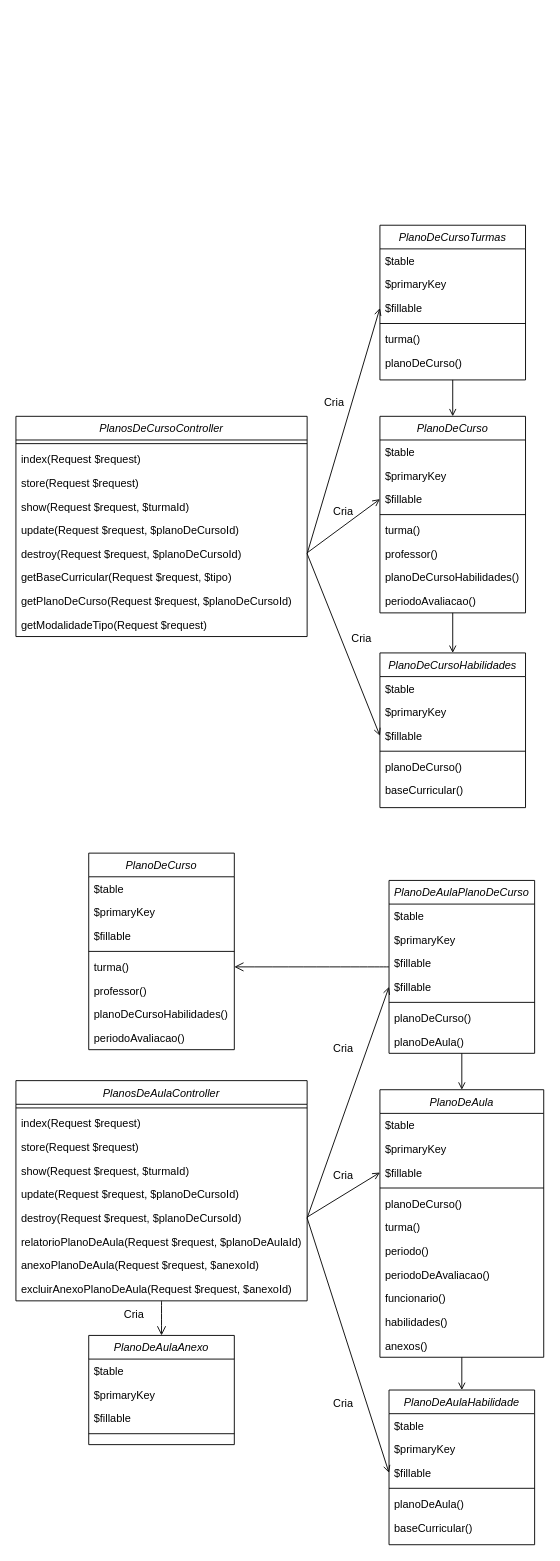
DjalmaANeto/modelagem-planos-de-curso-aula keeps this draw.io diagram as diagrama de classes.drawio. Above is the earlier version. Source tidied: cells renumbered, new cells numbered last; positions are measured from the earlier drawing's top-left corner, leaving out a move shared by most shapes. Both pictures are drawn from the tidied source at 91%, with x=0, y=0 at pixel (15, 225).
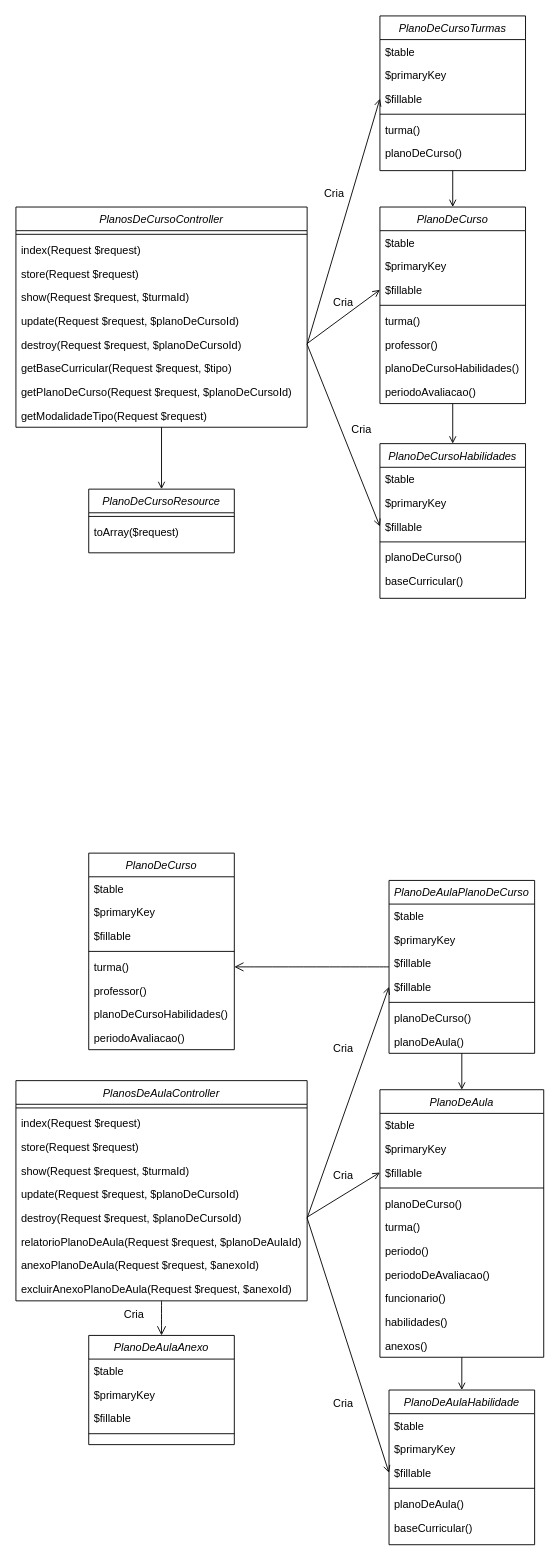
Above is the later version.

The change refers to these unchanged cells:
```xml
<mxCell id="16" value="$fillable" style="text;align=left;verticalAlign=top;spacingLeft=4;spacingRight=4;overflow=hidden;points=[[0,0.5],[1,0.5]];portConstraint=eastwest;rounded=0;shadow=0;html=0;" parent="13" vertex="1">
  <mxGeometry y="78" width="160" height="26" as="geometry" />
</mxCell>
<mxCell id="33" value="$fillable" style="text;align=left;verticalAlign=top;spacingLeft=4;spacingRight=4;overflow=hidden;points=[[0,0.5],[1,0.5]];portConstraint=eastwest;rounded=0;shadow=0;html=0;" parent="30" vertex="1">
  <mxGeometry y="78" width="160" height="26" as="geometry" />
</mxCell>
```

Diff of the diagram source:
```diff
@@
+    <mxCell id="105" style="edgeStyle=orthogonalEdgeStyle;rounded=0;jettySize=auto;html=1;entryX=0.5;entryY=0;entryDx=0;entryDy=0;endArrow=open;endFill=0;" parent="1" edge="1" source="2" target="106">
+      <mxGeometry relative="1" as="geometry" />
+    </mxCell>
     <mxCell id="2" value="PlanosDeCursoController" style="swimlane;fontStyle=2;align=center;verticalAlign=top;horizontal=1;startSize=26;rounded=0;shadow=0;strokeWidth=1;" parent="1" vertex="1">
-      <mxGeometry y="210" width="320" height="242" as="geometry" />
+      <mxGeometry y="-20" width="320" height="242" as="geometry" />
     </mxCell>
@@
     <mxCell id="13" value="PlanoDeCurso" style="swimlane;fontStyle=2;align=center;verticalAlign=top;horizontal=1;startSize=26;rounded=0;shadow=0;strokeWidth=1;" parent="1" vertex="1">
-      <mxGeometry x="400" y="210" width="160" height="216" as="geometry" />
+      <mxGeometry x="400" y="-20" width="160" height="216" as="geometry" />
     </mxCell>
@@
     <mxCell id="23" value="PlanoDeCursoTurmas" style="swimlane;fontStyle=2;align=center;verticalAlign=top;horizontal=1;startSize=26;rounded=0;shadow=0;strokeWidth=1;" parent="1" vertex="1">
-      <mxGeometry x="400" width="160" height="170" as="geometry" />
+      <mxGeometry x="400" y="-230" width="160" height="170" as="geometry" />
     </mxCell>
@@
     <mxCell id="30" value="PlanoDeCursoHabilidades" style="swimlane;fontStyle=2;align=center;verticalAlign=top;horizontal=1;startSize=26;rounded=0;shadow=0;strokeWidth=1;" parent="1" vertex="1">
-      <mxGeometry x="400" y="470" width="160" height="170" as="geometry" />
+      <mxGeometry x="400" y="240" width="160" height="170" as="geometry" />
     </mxCell>
@@
     <mxCell id="38" style="rounded=0;jettySize=auto;html=1;entryX=0;entryY=0.5;entryDx=0;entryDy=0;endArrow=open;endFill=0;" parent="1" edge="1" target="16">
       <mxGeometry relative="1" as="geometry">
-        <mxPoint x="320" y="360" as="sourcePoint" />
+        <mxPoint x="320" y="130" as="sourcePoint" />
       </mxGeometry>
     </mxCell>
     <mxCell id="39" style="rounded=0;jettySize=auto;html=1;entryX=0;entryY=0.5;entryDx=0;entryDy=0;endArrow=open;endFill=0;" parent="1" edge="1" target="33">
       <mxGeometry relative="1" as="geometry">
-        <mxPoint x="320" y="361" as="sourcePoint" />
+        <mxPoint x="320" y="131" as="sourcePoint" />
       </mxGeometry>
     </mxCell>
     <mxCell id="40" value="Cria" style="text;html=1;strokeColor=none;fillColor=none;align=center;verticalAlign=middle;whiteSpace=wrap;rounded=0;" parent="1" vertex="1">
-      <mxGeometry x="320" y="180" width="60" height="30" as="geometry" />
+      <mxGeometry x="320" y="-50" width="60" height="30" as="geometry" />
     </mxCell>
     <mxCell id="41" value="Cria" style="text;html=1;strokeColor=none;fillColor=none;align=center;verticalAlign=middle;whiteSpace=wrap;rounded=0;" parent="1" vertex="1">
-      <mxGeometry x="350" y="440" width="60" height="30" as="geometry" />
+      <mxGeometry x="350" y="210" width="60" height="30" as="geometry" />
     </mxCell>
     <mxCell id="42" value="Cria" style="text;html=1;strokeColor=none;fillColor=none;align=center;verticalAlign=middle;whiteSpace=wrap;rounded=0;" parent="1" vertex="1">
-      <mxGeometry x="330" y="300" width="60" height="30" as="geometry" />
+      <mxGeometry x="330" y="70" width="60" height="30" as="geometry" />
     </mxCell>
@@
+    <mxCell id="106" value="PlanoDeCursoResource" style="swimlane;fontStyle=2;align=center;verticalAlign=top;horizontal=1;startSize=26;rounded=0;shadow=0;strokeWidth=1;" parent="1" vertex="1">
+      <mxGeometry x="80" y="290" width="160" height="70" as="geometry" />
+    </mxCell>
+    <mxCell id="107" style="line;html=1;strokeWidth=1;align=left;verticalAlign=middle;spacingTop=-1;spacingLeft=3;spacingRight=3;labelPosition=right;" parent="106" vertex="1">
+      <mxGeometry y="26" width="160" height="8" as="geometry" />
+    </mxCell>
+    <mxCell id="108" value="toArray($request)" style="text;align=left;verticalAlign=top;spacingLeft=4;spacingRight=4;overflow=hidden;fontColor=default;" parent="106" vertex="1">
+      <mxGeometry y="34" width="160" height="26" as="geometry" />
+    </mxCell>
```
